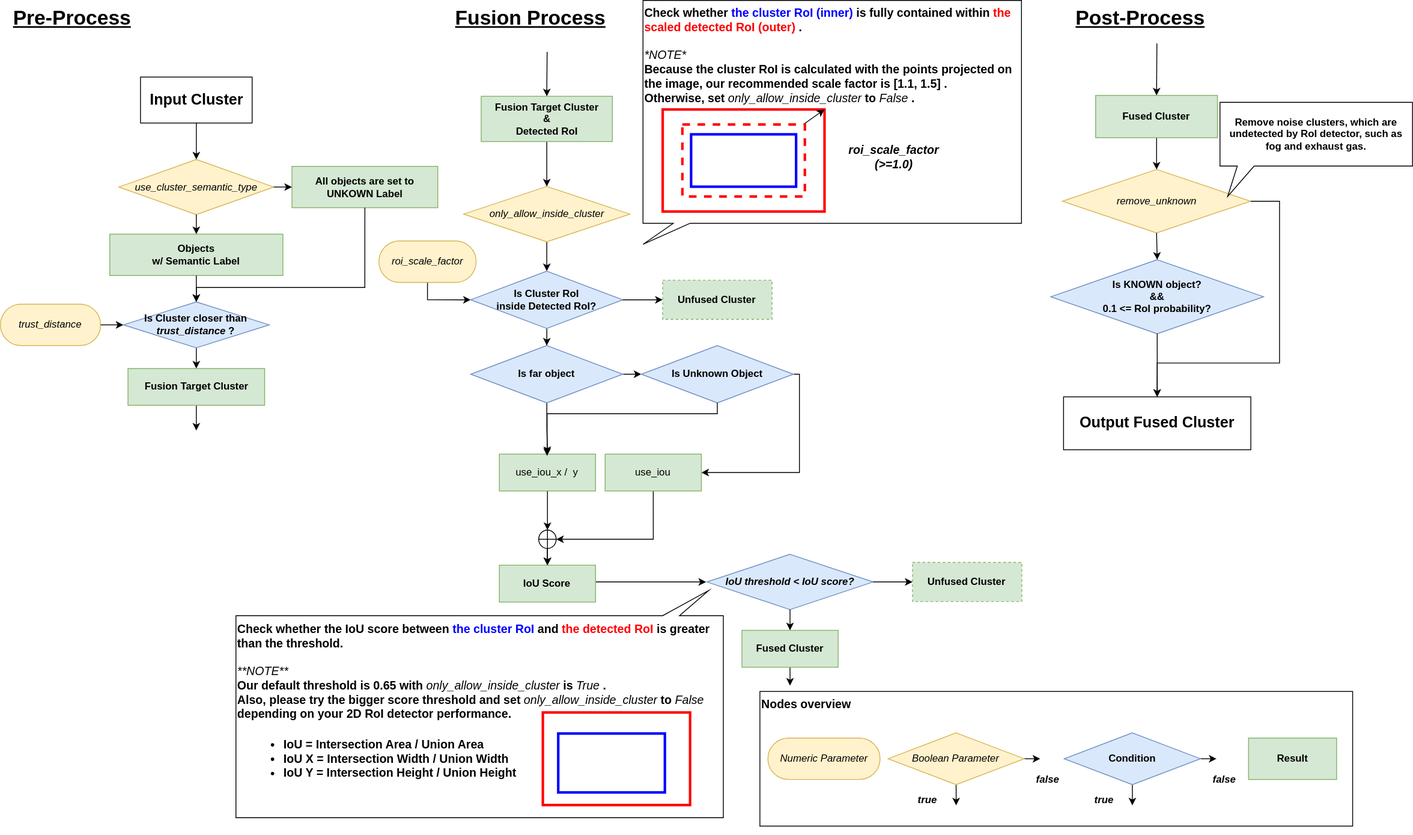
Before: perception/autoware_image_projection_based_fusion/docs/images/roi_cluster_fusion_pipeline.svg, a diagram exported from draw.io (autowarefoundation/autoware_universe). Source tidied: cells renumbered, new cells last; positions are measured from the earlier drawing's top-left corner, leaving out a move shared by most shapes.
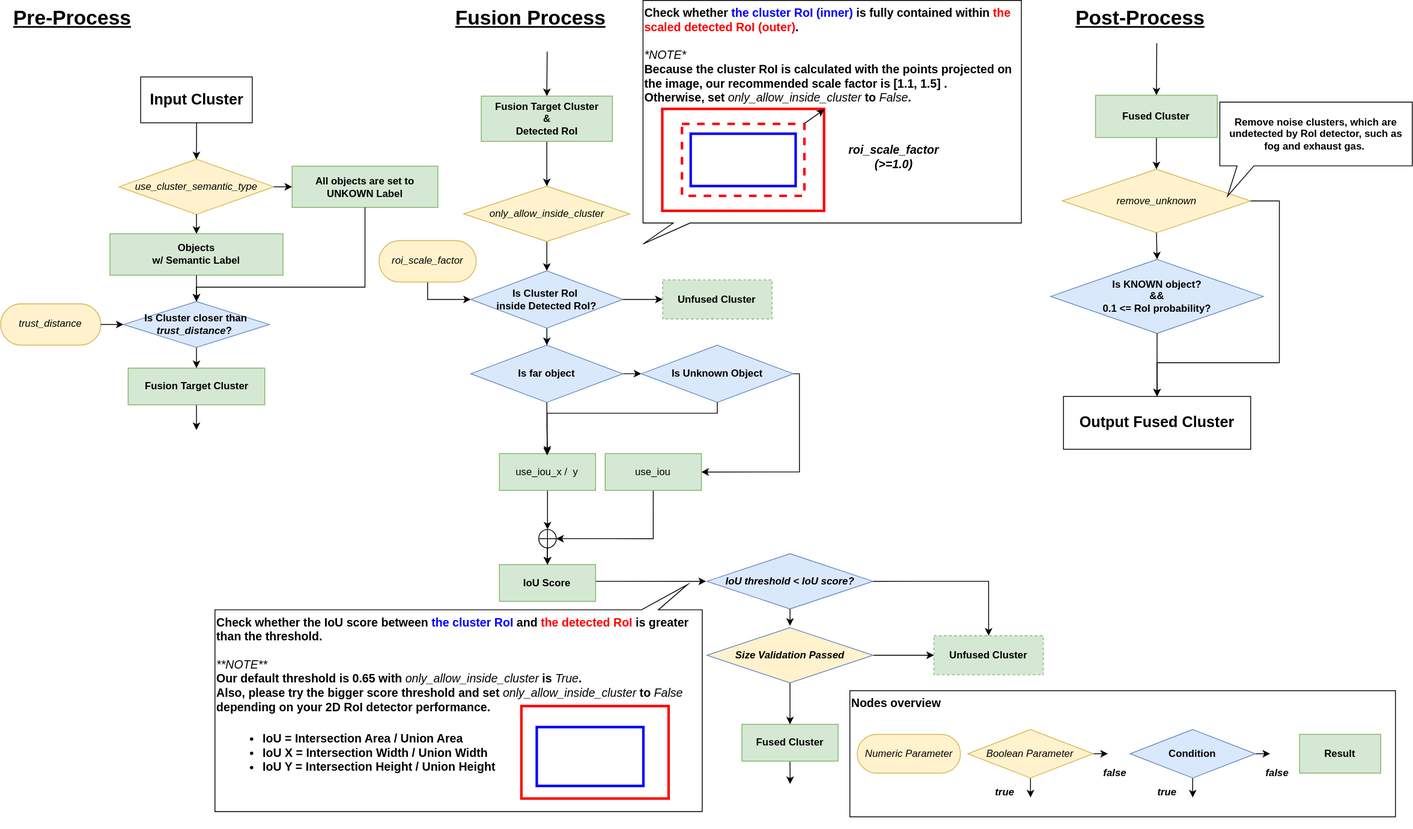
The same diagram one commit later.

Change to the diagram source:
```diff
@@ -67,7 +67,7 @@
       </mxGeometry>
     </mxCell>
     <mxCell id="20" style="group;" parent="1" vertex="1">
-      <mxGeometry x="475.1" y="721" width="329.5" height="270" as="geometry" />
+      <mxGeometry x="450" y="714.8" width="329.5" height="270" as="geometry" />
     </mxCell>
     <mxCell id="21" style="group;" parent="20" vertex="1">
       <mxGeometry x="-195.1" y="-20" width="579.5" height="270" as="geometry" />
@@ -85,60 +85,60 @@
       <mxGeometry x="14.9" y="165" width="330" height="70" as="geometry" />
     </mxCell>
     <mxCell id="26" style="group;" parent="1" vertex="1">
-      <mxGeometry x="903" y="821" width="704.7" height="160" as="geometry" />
+      <mxGeometry x="1010" y="821" width="648.9" height="150" as="geometry" />
     </mxCell>
     <mxCell id="27" value="&lt;b&gt;&lt;font style=&quot;font-size: 14px;&quot;&gt;Nodes overview&lt;/font&gt;&lt;/b&gt;" style="rounded=1;whiteSpace=wrap;html=1;align=left;horizontal=1;verticalAlign=top;arcSize=0;" parent="26" vertex="1">
-      <mxGeometry width="704.7" height="160" as="geometry" />
+      <mxGeometry width="648.9" height="150" as="geometry" />
     </mxCell>
     <mxCell id="28" value="&lt;i&gt;Numeric Parameter&lt;/i&gt;" style="rounded=1;whiteSpace=wrap;html=1;arcSize=50;fillColor=#fff2cc;strokeColor=#d6b656;" parent="26" vertex="1">
-      <mxGeometry x="9.5" y="55.4" width="133.3" height="49.2" as="geometry" />
+      <mxGeometry x="8.8" y="51.9" width="122.8" height="46.2" as="geometry" />
     </mxCell>
     <mxCell id="29" value="&lt;b&gt;Result&lt;/b&gt;" style="rounded=0;whiteSpace=wrap;html=1;fillColor=#d5e8d4;strokeColor=#82b366;" parent="26" vertex="1">
-      <mxGeometry x="580.9" y="55.4" width="104.8" height="49.2" as="geometry" />
+      <mxGeometry x="534.9" y="51.9" width="96.5" height="46.2" as="geometry" />
     </mxCell>
     <mxCell id="30" style="group;" parent="26" vertex="1">
-      <mxGeometry x="152.4" y="49.2" width="219" height="98.5" as="geometry" />
+      <mxGeometry x="140.3" y="46.2" width="201.7" height="92.3" as="geometry" />
     </mxCell>
     <mxCell id="31" style="edgeStyle=orthogonalEdgeStyle;rounded=0;jettySize=auto;html=1;exitX=0.5;exitY=1;exitDx=0;exitDy=0;" parent="30" edge="1" source="33">
       <mxGeometry relative="1" as="geometry">
-        <mxPoint x="81" y="86.2" as="targetPoint" />
+        <mxPoint x="74.5" y="80.8" as="targetPoint" />
       </mxGeometry>
     </mxCell>
     <mxCell id="32" style="edgeStyle=orthogonalEdgeStyle;rounded=0;jettySize=auto;html=1;exitX=1;exitY=0.5;exitDx=0;exitDy=0;" parent="30" edge="1" source="33">
       <mxGeometry relative="1" as="geometry">
-        <mxPoint x="180.9" y="30.8" as="targetPoint" />
+        <mxPoint x="166.6" y="28.8" as="targetPoint" />
       </mxGeometry>
     </mxCell>
     <mxCell id="33" value="&lt;i&gt;Boolean Parameter&lt;/i&gt;" style="rhombus;whiteSpace=wrap;html=1;fillColor=#fff2cc;strokeColor=#d6b656;" parent="30" vertex="1">
-      <mxGeometry width="161.9" height="61.5" as="geometry" />
+      <mxGeometry width="149.1" height="57.7" as="geometry" />
     </mxCell>
     <mxCell id="34" value="&lt;b&gt;&lt;i&gt;true&lt;/i&gt;&lt;/b&gt;" style="text;html=1;strokeColor=none;fillColor=none;align=center;verticalAlign=middle;whiteSpace=wrap;rounded=0;" parent="30" vertex="1">
-      <mxGeometry x="19" y="61.5" width="57.1" height="36.9" as="geometry" />
+      <mxGeometry x="17.5" y="57.7" width="52.6" height="34.6" as="geometry" />
     </mxCell>
     <mxCell id="35" value="&lt;b&gt;&lt;i&gt;false&lt;/i&gt;&lt;/b&gt;" style="text;html=1;strokeColor=none;fillColor=none;align=center;verticalAlign=middle;whiteSpace=wrap;rounded=0;" parent="30" vertex="1">
-      <mxGeometry x="161.9" y="36.9" width="57.1" height="36.9" as="geometry" />
+      <mxGeometry x="149.1" y="34.6" width="52.6" height="34.6" as="geometry" />
     </mxCell>
     <mxCell id="36" style="group;" parent="26" vertex="1">
-      <mxGeometry x="361.9" y="49.2" width="219" height="98.5" as="geometry" />
+      <mxGeometry x="333.2" y="46.2" width="201.7" height="92.3" as="geometry" />
     </mxCell>
     <mxCell id="37" style="edgeStyle=orthogonalEdgeStyle;rounded=0;jettySize=auto;html=1;exitX=1;exitY=0.5;exitDx=0;exitDy=0;" parent="36" edge="1" source="39">
       <mxGeometry relative="1" as="geometry">
-        <mxPoint x="180.9" y="30.8" as="targetPoint" />
+        <mxPoint x="166.6" y="28.8" as="targetPoint" />
       </mxGeometry>
     </mxCell>
     <mxCell id="38" style="edgeStyle=orthogonalEdgeStyle;rounded=0;jettySize=auto;html=1;exitX=0.5;exitY=1;exitDx=0;exitDy=0;" parent="36" edge="1" source="39">
       <mxGeometry relative="1" as="geometry">
-        <mxPoint x="81" y="86.2" as="targetPoint" />
+        <mxPoint x="74.5" y="80.8" as="targetPoint" />
       </mxGeometry>
     </mxCell>
     <mxCell id="39" value="&lt;b&gt;Condition&lt;/b&gt;" style="rhombus;whiteSpace=wrap;html=1;fillColor=#dae8fc;strokeColor=#6c8ebf;" parent="36" vertex="1">
-      <mxGeometry width="161.9" height="61.5" as="geometry" />
+      <mxGeometry width="149.1" height="57.7" as="geometry" />
     </mxCell>
     <mxCell id="40" value="&lt;b&gt;&lt;i&gt;true&lt;/i&gt;&lt;/b&gt;" style="text;html=1;strokeColor=none;fillColor=none;align=center;verticalAlign=middle;whiteSpace=wrap;rounded=0;" parent="36" vertex="1">
-      <mxGeometry x="19" y="61.5" width="57.1" height="36.9" as="geometry" />
+      <mxGeometry x="17.5" y="57.7" width="52.6" height="34.6" as="geometry" />
     </mxCell>
     <mxCell id="41" value="&lt;b&gt;&lt;i&gt;false&lt;/i&gt;&lt;/b&gt;" style="text;html=1;strokeColor=none;fillColor=none;align=center;verticalAlign=middle;whiteSpace=wrap;rounded=0;" parent="36" vertex="1">
-      <mxGeometry x="161.9" y="36.9" width="57.1" height="36.9" as="geometry" />
+      <mxGeometry x="149.1" y="34.6" width="52.6" height="34.6" as="geometry" />
     </mxCell>
     <mxCell id="42" style="edgeStyle=orthogonalEdgeStyle;rounded=0;jettySize=auto;html=1;entryX=0.5;entryY=0;entryDx=0;entryDy=0;exitX=0.5;exitY=1;exitDx=0;exitDy=0;" parent="1" edge="1" source="94" target="49">
       <mxGeometry relative="1" as="geometry" />
@@ -204,29 +204,6 @@
     <mxCell id="60" value="&lt;b&gt;&lt;i&gt;&lt;font style=&quot;font-size: 14px;&quot;&gt;roi_scale_factor&lt;br&gt;(&amp;gt;=1.0)&lt;/font&gt;&lt;/i&gt;&lt;/b&gt;" style="text;html=1;strokeColor=none;fillColor=none;align=center;verticalAlign=middle;whiteSpace=wrap;rounded=0;" parent="1" vertex="1">
       <mxGeometry x="995.4" y="170" width="135.2" height="31.1" as="geometry" />
     </mxCell>
-    <mxCell id="61" style="group;" parent="1" vertex="1">
-      <mxGeometry x="840" y="658.1" width="374.4" height="156" as="geometry" />
-    </mxCell>
-    <mxCell id="62" value="&lt;b&gt;&lt;i&gt;IoU threshold &amp;lt; IoU score?&lt;/i&gt;&lt;/b&gt;" style="rhombus;whiteSpace=wrap;html=1;fillColor=#dae8fc;strokeColor=#6c8ebf;" parent="61" vertex="1">
-      <mxGeometry width="197.6" height="65.7" as="geometry" />
-    </mxCell>
-    <mxCell id="63" style="edgeStyle=orthogonalEdgeStyle;rounded=0;jettySize=auto;html=1;exitX=0.5;exitY=1;exitDx=0;exitDy=0;" parent="61" edge="1" source="64">
-      <mxGeometry relative="1" as="geometry">
-        <mxPoint x="98.8" y="156" as="targetPoint" />
-      </mxGeometry>
-    </mxCell>
-    <mxCell id="64" value="&lt;b&gt;Fused Cluster&lt;/b&gt;" style="rounded=0;whiteSpace=wrap;html=1;fillColor=#d5e8d4;strokeColor=#82b366;" parent="61" vertex="1">
-      <mxGeometry x="41.6" y="90.3" width="114.4" height="43.8" as="geometry" />
-    </mxCell>
-    <mxCell id="65" style="edgeStyle=orthogonalEdgeStyle;rounded=0;jettySize=auto;html=1;exitX=0.5;exitY=1;exitDx=0;exitDy=0;entryX=0.5;entryY=0;entryDx=0;entryDy=0;" parent="61" edge="1" source="62" target="64">
-      <mxGeometry relative="1" as="geometry" />
-    </mxCell>
-    <mxCell id="66" value="&lt;b&gt;Unfused Cluster&lt;/b&gt;" style="rounded=0;whiteSpace=wrap;html=1;fillColor=#d5e8d4;strokeColor=#82b366;dashed=1;" parent="61" vertex="1">
-      <mxGeometry x="244.4" y="9.6" width="130" height="46.5" as="geometry" />
-    </mxCell>
-    <mxCell id="67" style="edgeStyle=orthogonalEdgeStyle;rounded=0;jettySize=auto;html=1;exitX=1;exitY=0.5;exitDx=0;exitDy=0;entryX=0;entryY=0.5;entryDx=0;entryDy=0;" parent="61" edge="1" source="62" target="66">
-      <mxGeometry relative="1" as="geometry" />
-    </mxCell>
     <mxCell id="68" value="&lt;i&gt;use_cluster_semantic_type&lt;/i&gt;" style="rhombus;whiteSpace=wrap;html=1;fillColor=#fff2cc;strokeColor=#d6b656;" parent="1" vertex="1">
       <mxGeometry x="140.8" y="188.9" width="184.2" height="65.5" as="geometry" />
     </mxCell>
@@ -332,5 +309,34 @@
         </Array>
       </mxGeometry>
     </mxCell>
+    <mxCell id="62" value="&lt;b&gt;&lt;i&gt;IoU threshold &amp;lt; IoU score?&lt;/i&gt;&lt;/b&gt;" style="rhombus;whiteSpace=wrap;html=1;fillColor=#dae8fc;strokeColor=#6c8ebf;" parent="1" vertex="1">
+      <mxGeometry x="840" y="658.1" width="197.6" height="65.7" as="geometry" />
+    </mxCell>
+    <mxCell id="63" style="edgeStyle=orthogonalEdgeStyle;rounded=0;jettySize=auto;html=1;exitX=0.5;exitY=1;exitDx=0;exitDy=0;" parent="1" edge="1" source="64">
+      <mxGeometry relative="1" as="geometry">
+        <mxPoint x="939" y="932" as="targetPoint" />
+      </mxGeometry>
+    </mxCell>
+    <mxCell id="64" value="&lt;b&gt;Fused Cluster&lt;/b&gt;" style="rounded=0;whiteSpace=wrap;html=1;fillColor=#d5e8d4;strokeColor=#82b366;" parent="1" vertex="1">
+      <mxGeometry x="881.6" y="861" width="114.4" height="43.8" as="geometry" />
+    </mxCell>
+    <mxCell id="66" value="&lt;b&gt;Unfused Cluster&lt;/b&gt;" style="rounded=0;whiteSpace=wrap;html=1;fillColor=#d5e8d4;strokeColor=#82b366;dashed=1;" parent="1" vertex="1">
+      <mxGeometry x="1110" y="755.6" width="130" height="46.5" as="geometry" />
+    </mxCell>
+    <mxCell id="67" style="edgeStyle=orthogonalEdgeStyle;rounded=0;jettySize=auto;html=1;exitX=1;exitY=0.5;exitDx=0;exitDy=0;entryX=0.5;entryY=0;entryDx=0;entryDy=0;" parent="1" edge="1" source="62" target="66">
+      <mxGeometry relative="1" as="geometry" />
+    </mxCell>
+    <mxCell id="97" style="edgeStyle=orthogonalEdgeStyle;rounded=0;jettySize=auto;html=1;entryX=0.5;entryY=0;entryDx=0;entryDy=0;" parent="1" edge="1" source="99" target="64">
+      <mxGeometry relative="1" as="geometry" />
+    </mxCell>
+    <mxCell id="98" style="edgeStyle=orthogonalEdgeStyle;rounded=0;jettySize=auto;html=1;" parent="1" edge="1" source="99" target="66">
+      <mxGeometry relative="1" as="geometry" />
+    </mxCell>
+    <mxCell id="99" value="&lt;b&gt;&lt;i&gt;Size Validation Passed&lt;/i&gt;&lt;/b&gt;" style="rhombus;whiteSpace=wrap;html=1;fillColor=#FFF2CC;strokeColor=#6c8ebf;" parent="1" vertex="1">
+      <mxGeometry x="840" y="746" width="197.6" height="65.7" as="geometry" />
+    </mxCell>
+    <mxCell id="100" style="edgeStyle=orthogonalEdgeStyle;rounded=0;jettySize=auto;html=1;entryX=0.502;entryY=-0.024;entryDx=0;entryDy=0;entryPerimeter=0;" parent="1" edge="1" source="62" target="99">
+      <mxGeometry relative="1" as="geometry" />
+    </mxCell>
   </root>
 </mxGraphModel>
```
